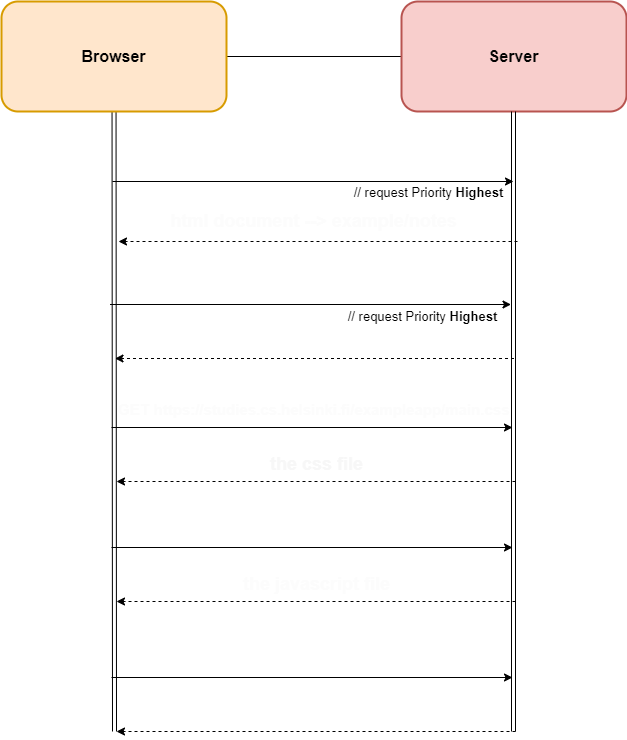
Above: Part0/0.4.drawio.png in AHenrikes/Full-Stack (draw.io), before the change. Source tidied: cells renumbered, new cells last; positions are measured from the earlier drawing's top-left corner, leaving out a move shared by most shapes.
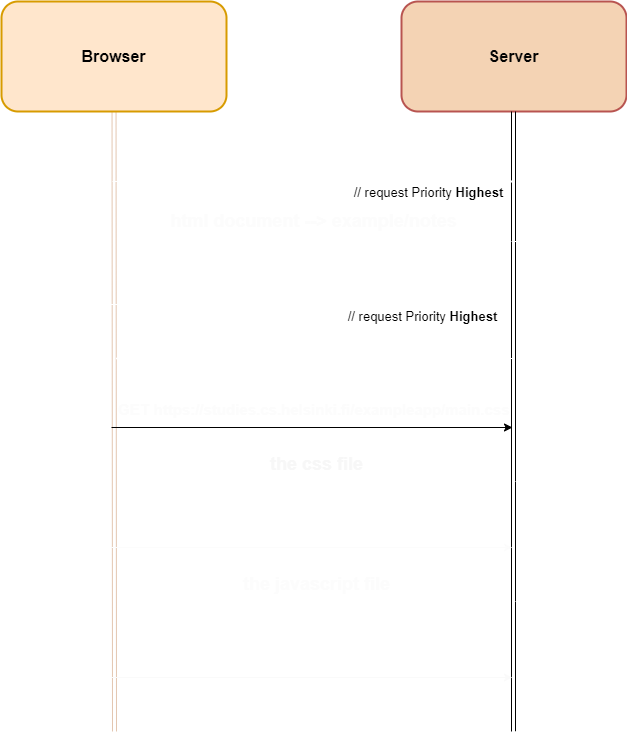
After the commit.

The edit, as a diff of the source:
```diff
@@ -2,12 +2,12 @@
   <root>
     <mxCell id="0" />
     <mxCell id="1" parent="0" />
-    <mxCell id="2" style="edgeStyle=none;html=1;fontSize=16;fontColor=#FFFFFF;" parent="1" edge="1" source="4">
+    <mxCell id="2" style="edgeStyle=none;html=1;fontSize=16;fontColor=#FFFFFF;strokeColor=#FFFFFF;" parent="1" edge="1" source="4">
       <mxGeometry relative="1" as="geometry">
         <mxPoint x="411" y="55" as="targetPoint" />
       </mxGeometry>
     </mxCell>
-    <mxCell id="3" style="edgeStyle=none;html=1;fontSize=16;fontColor=#FFFFFF;shape=link;" parent="1" edge="1" source="4">
+    <mxCell id="3" style="edgeStyle=none;html=1;fontSize=16;fontColor=#FFFFFF;shape=link;strokeColor=#e3c6b0;" parent="1" edge="1" source="4">
       <mxGeometry relative="1" as="geometry">
         <mxPoint x="113" y="730" as="targetPoint" />
       </mxGeometry>
@@ -15,7 +15,7 @@
     <mxCell id="4" value="&lt;font color=&quot;#000000&quot;&gt;Browser&lt;/font&gt;" style="rounded=1;whiteSpace=wrap;html=1;fontSize=16;strokeColor=#d79b00;fillColor=#ffe6cc;fontStyle=1;strokeWidth=2;" parent="1" vertex="1">
       <mxGeometry width="225" height="110" as="geometry" />
     </mxCell>
-    <mxCell id="5" value="&lt;font color=&quot;#030303&quot;&gt;Server&lt;/font&gt;" style="rounded=1;whiteSpace=wrap;html=1;fontSize=16;strokeColor=#b85450;fillColor=#f8cecc;fontStyle=1;strokeWidth=2;" parent="1" vertex="1">
+    <mxCell id="5" value="&lt;font color=&quot;#030303&quot;&gt;Server&lt;/font&gt;" style="rounded=1;whiteSpace=wrap;html=1;fontSize=16;strokeColor=#b85450;fillColor=#f4d3b4;fontStyle=1;strokeWidth=2;" parent="1" vertex="1">
       <mxGeometry x="400" width="225" height="110" as="geometry" />
     </mxCell>
     <mxCell id="6" style="edgeStyle=none;html=1;fontSize=16;fontColor=#FFFFFF;shape=link;" parent="1" edge="1">
@@ -24,7 +24,7 @@
         <mxPoint x="512" y="730" as="targetPoint" />
       </mxGeometry>
     </mxCell>
-    <mxCell id="7" style="edgeStyle=none;html=1;fontSize=16;fontColor=#FFFFFF;" parent="1" edge="1">
+    <mxCell id="7" style="edgeStyle=none;html=1;fontSize=16;fontColor=#FFFFFF;strokeColor=#FFFFFF;" parent="1" edge="1">
       <mxGeometry relative="1" as="geometry">
         <mxPoint x="111" y="180" as="sourcePoint" />
         <mxPoint x="512" y="180" as="targetPoint" />
@@ -33,7 +33,7 @@
     <mxCell id="8" value="&lt;table cellpadding=&quot;0&quot; cellspacing=&quot;0&quot; aria-activedescendant=&quot;/GET&quot; aria-label=&quot;&quot; tabindex=&quot;0&quot; role=&quot;tree&quot; class=&quot;treeTable&quot; style=&quot;font-size: 14px;&quot;&gt;&lt;tbody tabindex=&quot;-1&quot; role=&quot;presentation&quot; style=&quot;font-size: 14px;&quot;&gt;&lt;tr class=&quot;treeRow objectRow hasChildren&quot; aria-expanded=&quot;false&quot; aria-selected=&quot;false&quot; aria-level=&quot;1&quot; role=&quot;treeitem&quot; id=&quot;/GET&quot; style=&quot;font-size: 14px;&quot;&gt;&lt;td role=&quot;presentation&quot; style=&quot;--tree-label-cell-indent: 0px; font-size: 14px;&quot; class=&quot;treeLabelCell&quot;&gt;Post&lt;/td&gt;&lt;td role=&quot;presentation&quot; class=&quot;treeValueCell objectCell&quot; style=&quot;font-size: 14px;&quot;&gt;&amp;nbsp;https://studies.cs.helsinki.fi/exampleapp/new_note&lt;/td&gt;&lt;/tr&gt;&lt;/tbody&gt;&lt;/table&gt;" style="text;html=1;align=center;verticalAlign=middle;strokeColor=none;fillColor=none;fontSize=14;fontColor=#FFFFFF;fontStyle=1;" parent="1" vertex="1">
       <mxGeometry x="117" y="140" width="389" height="29" as="geometry" />
     </mxCell>
-    <mxCell id="9" style="edgeStyle=none;html=1;fontSize=16;fontColor=#FFFFFF;dashed=1;" parent="1" edge="1">
+    <mxCell id="9" style="edgeStyle=none;html=1;fontSize=16;fontColor=#FFFFFF;dashed=1;strokeColor=#FFFFFF;" parent="1" edge="1">
       <mxGeometry relative="1" as="geometry">
         <mxPoint x="516" y="240" as="sourcePoint" />
         <mxPoint x="117" y="240" as="targetPoint" />
@@ -42,7 +42,7 @@
     <mxCell id="10" value="html document --&amp;gt; example/notes" style="text;html=1;align=center;verticalAlign=middle;strokeColor=none;fillColor=none;fontSize=18;fontColor=#FCFCFC;fontStyle=1;" parent="1" vertex="1">
       <mxGeometry x="157" y="200" width="310" height="40" as="geometry" />
     </mxCell>
-    <mxCell id="11" style="edgeStyle=none;html=1;fontSize=16;fontColor=#FFFFFF;" parent="1" edge="1">
+    <mxCell id="11" style="edgeStyle=none;html=1;fontSize=16;fontColor=#FFFFFF;strokeColor=#FFFFFF;" parent="1" edge="1">
       <mxGeometry relative="1" as="geometry">
         <mxPoint x="108.5" y="303" as="sourcePoint" />
         <mxPoint x="509.5" y="303" as="targetPoint" />
@@ -51,7 +51,7 @@
     <mxCell id="12" value="&lt;table cellpadding=&quot;0&quot; cellspacing=&quot;0&quot; aria-activedescendant=&quot;/GET&quot; aria-label=&quot;&quot; tabindex=&quot;0&quot; role=&quot;tree&quot; class=&quot;treeTable&quot; style=&quot;font-size: 16px;&quot;&gt;&lt;tbody tabindex=&quot;-1&quot; role=&quot;presentation&quot; style=&quot;font-size: 16px;&quot;&gt;&lt;tr class=&quot;treeRow objectRow hasChildren&quot; aria-expanded=&quot;false&quot; aria-selected=&quot;false&quot; aria-level=&quot;1&quot; role=&quot;treeitem&quot; id=&quot;/GET&quot; style=&quot;font-size: 16px;&quot;&gt;&lt;td role=&quot;presentation&quot; style=&quot;--tree-label-cell-indent: 0px; font-size: 16px;&quot; class=&quot;treeLabelCell&quot;&gt;GET&amp;nbsp;&lt;/td&gt;&lt;td role=&quot;presentation&quot; class=&quot;treeValueCell objectCell&quot; style=&quot;font-size: 16px;&quot;&gt;https://studies.cs.helsinki.fi/exampleapp/notes&lt;/td&gt;&lt;/tr&gt;&lt;/tbody&gt;&lt;/table&gt;" style="text;html=1;align=center;verticalAlign=middle;strokeColor=none;fillColor=none;fontSize=16;fontColor=#FFFFFF;fontStyle=1;" parent="1" vertex="1">
       <mxGeometry x="108" y="270" width="410" height="30" as="geometry" />
     </mxCell>
-    <mxCell id="13" style="edgeStyle=none;html=1;fontSize=16;fontColor=#FFFFFF;dashed=1;" parent="1" edge="1">
+    <mxCell id="13" style="edgeStyle=none;html=1;fontSize=16;fontColor=#FFFFFF;dashed=1;strokeColor=#FFFFFF;" parent="1" edge="1">
       <mxGeometry relative="1" as="geometry">
         <mxPoint x="512.5" y="357" as="sourcePoint" />
         <mxPoint x="113.5" y="357" as="targetPoint" />
@@ -69,7 +69,7 @@
     <mxCell id="16" value="&lt;table cellpadding=&quot;0&quot; cellspacing=&quot;0&quot; aria-activedescendant=&quot;/GET&quot; aria-label=&quot;&quot; tabindex=&quot;0&quot; role=&quot;tree&quot; class=&quot;treeTable&quot; style=&quot;font-size: 15px;&quot;&gt;&lt;tbody tabindex=&quot;-1&quot; role=&quot;presentation&quot; style=&quot;font-size: 15px;&quot;&gt;&lt;tr class=&quot;treeRow objectRow hasChildren&quot; aria-expanded=&quot;false&quot; aria-selected=&quot;false&quot; aria-level=&quot;1&quot; role=&quot;treeitem&quot; id=&quot;/GET&quot; style=&quot;font-size: 15px;&quot;&gt;&lt;td role=&quot;presentation&quot; style=&quot;--tree-label-cell-indent: 0px; font-size: 15px;&quot; class=&quot;treeLabelCell&quot;&gt;GET&amp;nbsp;&lt;/td&gt;&lt;td role=&quot;presentation&quot; class=&quot;treeValueCell objectCell&quot; style=&quot;font-size: 15px;&quot;&gt;https://studies.cs.helsinki.fi/exampleapp/main.css&lt;/td&gt;&lt;/tr&gt;&lt;/tbody&gt;&lt;/table&gt;" style="text;html=1;align=center;verticalAlign=middle;strokeColor=none;fillColor=none;fontSize=15;fontColor=#FCFCFC;fontStyle=1;" parent="1" vertex="1">
       <mxGeometry x="107" y="393" width="410" height="30" as="geometry" />
     </mxCell>
-    <mxCell id="17" style="edgeStyle=none;html=1;fontSize=16;fontColor=#FFFFFF;dashed=1;" parent="1" edge="1">
+    <mxCell id="17" style="edgeStyle=none;html=1;fontSize=16;fontColor=#FFFFFF;dashed=1;strokeColor=#FFFFFF;" parent="1" edge="1">
       <mxGeometry relative="1" as="geometry">
         <mxPoint x="514" y="480" as="sourcePoint" />
         <mxPoint x="115" y="480" as="targetPoint" />
@@ -78,7 +78,7 @@
     <mxCell id="18" value="the css file" style="text;html=1;align=center;verticalAlign=middle;strokeColor=none;fillColor=none;fontSize=18;fontColor=#F7F7F7;fontStyle=1;" parent="1" vertex="1">
       <mxGeometry x="254.5" y="443" width="120" height="40" as="geometry" />
     </mxCell>
-    <mxCell id="19" style="edgeStyle=none;html=1;fontSize=16;fontColor=#FFFFFF;" parent="1" edge="1">
+    <mxCell id="19" style="edgeStyle=none;html=1;fontSize=16;fontColor=#FFFFFF;strokeColor=#FCFCFC;" parent="1" edge="1">
       <mxGeometry relative="1" as="geometry">
         <mxPoint x="110" y="546" as="sourcePoint" />
         <mxPoint x="511" y="546" as="targetPoint" />
@@ -87,7 +87,7 @@
     <mxCell id="20" value="&lt;table cellpadding=&quot;0&quot; cellspacing=&quot;0&quot; aria-activedescendant=&quot;/GET&quot; aria-label=&quot;&quot; tabindex=&quot;0&quot; role=&quot;tree&quot; class=&quot;treeTable&quot; style=&quot;font-size: 15px;&quot;&gt;&lt;tbody tabindex=&quot;-1&quot; role=&quot;presentation&quot; style=&quot;font-size: 15px;&quot;&gt;&lt;tr class=&quot;treeRow objectRow hasChildren&quot; aria-expanded=&quot;false&quot; aria-selected=&quot;false&quot; aria-level=&quot;1&quot; role=&quot;treeitem&quot; id=&quot;/GET&quot; style=&quot;font-size: 15px;&quot;&gt;&lt;td role=&quot;presentation&quot; style=&quot;--tree-label-cell-indent: 0px; font-size: 15px;&quot; class=&quot;treeLabelCell&quot;&gt;GET&amp;nbsp;&lt;/td&gt;&lt;td role=&quot;presentation&quot; class=&quot;treeValueCell objectCell&quot; style=&quot;font-size: 15px;&quot;&gt;https://studies.cs.helsinki.fi/exampleapp/main.js&lt;/td&gt;&lt;/tr&gt;&lt;/tbody&gt;&lt;/table&gt;" style="text;html=1;align=center;verticalAlign=middle;strokeColor=none;fillColor=none;fontSize=15;fontColor=#FFFFFF;fontStyle=1;" parent="1" vertex="1">
       <mxGeometry x="112" y="513" width="400" height="30" as="geometry" />
     </mxCell>
-    <mxCell id="21" style="edgeStyle=none;html=1;fontSize=16;fontColor=#FFFFFF;dashed=1;" parent="1" edge="1">
+    <mxCell id="21" style="edgeStyle=none;html=1;fontSize=16;fontColor=#FFFFFF;dashed=1;strokeColor=#FFFFFF;" parent="1" edge="1">
       <mxGeometry relative="1" as="geometry">
         <mxPoint x="514" y="600" as="sourcePoint" />
         <mxPoint x="115" y="600" as="targetPoint" />
@@ -96,7 +96,7 @@
     <mxCell id="22" value="the javascript file" style="text;html=1;align=center;verticalAlign=middle;strokeColor=none;fillColor=none;fontSize=18;fontColor=#FCFCFC;fontStyle=1;" parent="1" vertex="1">
       <mxGeometry x="229.5" y="563" width="170" height="40" as="geometry" />
     </mxCell>
-    <mxCell id="23" style="edgeStyle=none;html=1;fontSize=16;fontColor=#FFFFFF;" parent="1" edge="1">
+    <mxCell id="23" style="edgeStyle=none;html=1;fontSize=16;fontColor=#FFFFFF;strokeColor=#FAFAFA;" parent="1" edge="1">
       <mxGeometry relative="1" as="geometry">
         <mxPoint x="110" y="676" as="sourcePoint" />
         <mxPoint x="511" y="676" as="targetPoint" />
@@ -105,7 +105,7 @@
     <mxCell id="24" value="&lt;table cellpadding=&quot;0&quot; cellspacing=&quot;0&quot; aria-activedescendant=&quot;/GET&quot; aria-label=&quot;&quot; tabindex=&quot;0&quot; role=&quot;tree&quot; class=&quot;treeTable&quot; style=&quot;font-size: 15px;&quot;&gt;&lt;tbody tabindex=&quot;-1&quot; role=&quot;presentation&quot; style=&quot;font-size: 15px;&quot;&gt;&lt;tr class=&quot;treeRow objectRow hasChildren&quot; aria-expanded=&quot;false&quot; aria-selected=&quot;false&quot; aria-level=&quot;1&quot; role=&quot;treeitem&quot; id=&quot;/GET&quot; style=&quot;font-size: 15px;&quot;&gt;&lt;td role=&quot;presentation&quot; style=&quot;--tree-label-cell-indent: 0px; font-size: 15px;&quot; class=&quot;treeLabelCell&quot;&gt;GET&amp;nbsp;&lt;/td&gt;&lt;td role=&quot;presentation&quot; class=&quot;treeValueCell objectCell&quot; style=&quot;font-size: 15px;&quot;&gt;https://studies.cs.helsinki.fi/exampleapp/data.json&lt;/td&gt;&lt;/tr&gt;&lt;/tbody&gt;&lt;/table&gt;" style="text;html=1;align=center;verticalAlign=middle;strokeColor=none;fillColor=none;fontSize=15;fontColor=#FFFFFF;fontStyle=1;" parent="1" vertex="1">
       <mxGeometry x="102" y="643" width="420" height="30" as="geometry" />
     </mxCell>
-    <mxCell id="25" style="edgeStyle=none;html=1;fontSize=16;fontColor=#FFFFFF;dashed=1;" parent="1" edge="1">
+    <mxCell id="25" style="edgeStyle=none;html=1;fontSize=16;fontColor=#FFFFFF;dashed=1;strokeColor=#FFFFFF;" parent="1" edge="1">
       <mxGeometry relative="1" as="geometry">
         <mxPoint x="514" y="730" as="sourcePoint" />
         <mxPoint x="115" y="730" as="targetPoint" />
```
